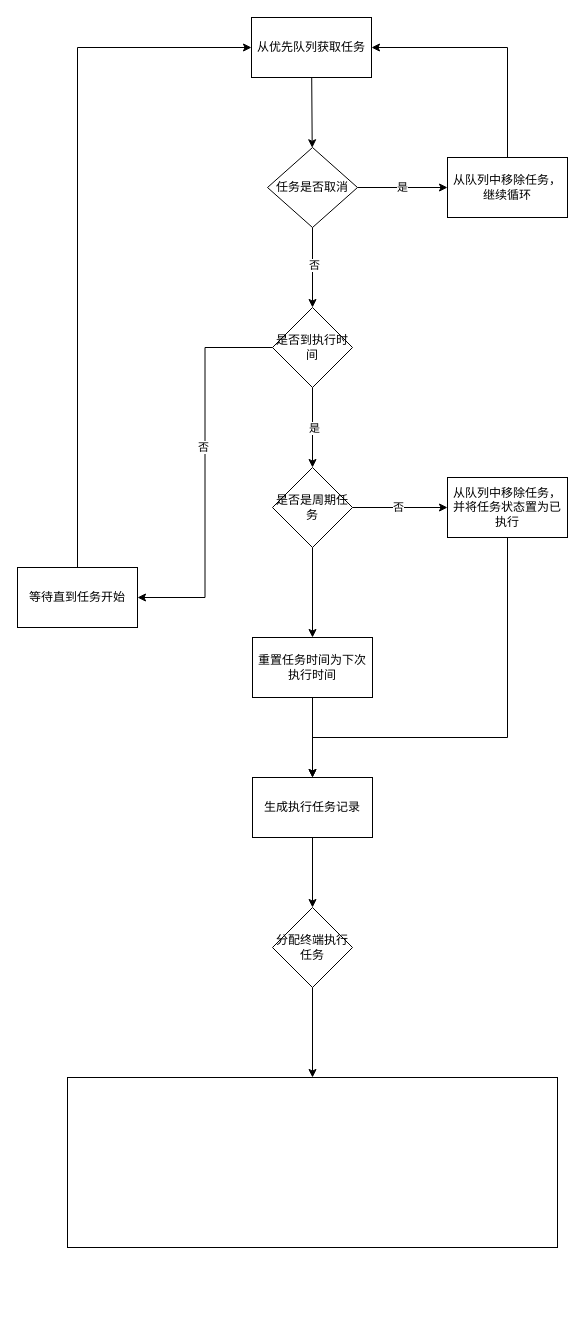
Above: 任务调度.drawio in wangyufei0807/draw (draw.io), before the change. Source tidied: cells renumbered, new cells numbered last; positions are measured from the earlier drawing's top-left corner, leaving out a move shared by most shapes. Both pictures are drawn from the tidied source at 100%, with x=0, y=0 at pixel (17, 17).
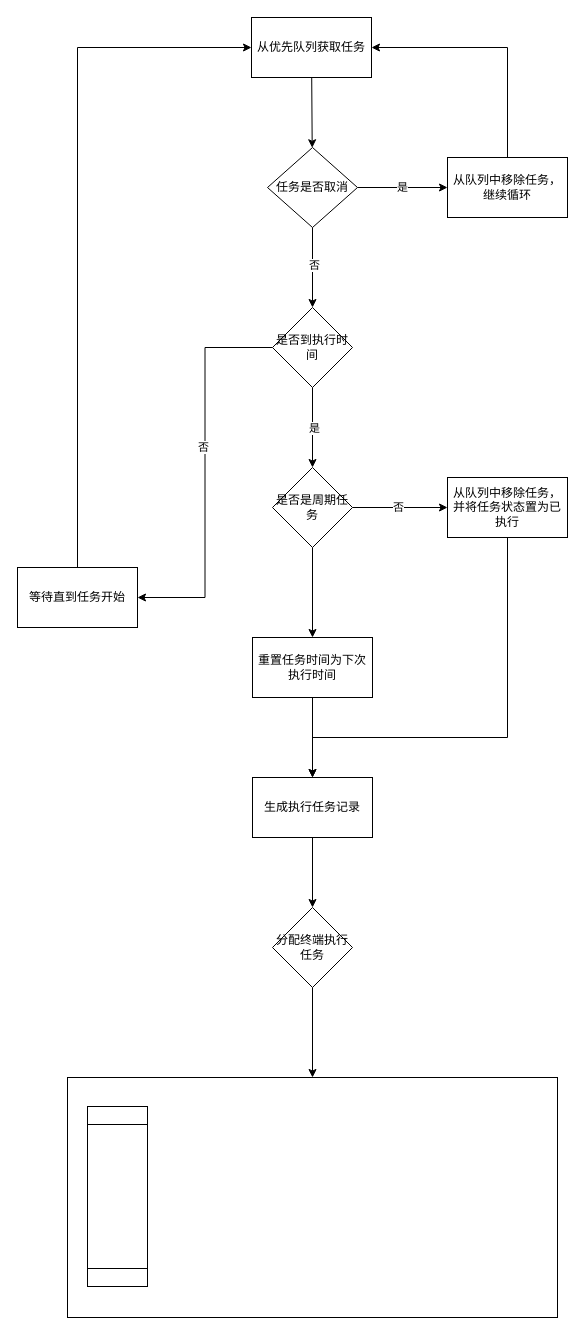
The same diagram, later.

Commit message (it also covers changes not shown here):
更新任务调度.drawio

Change to the diagram source:
```diff
@@
     <mxCell id="29" style="whiteSpace=wrap;html=1;rounded=0;" parent="1" vertex="1">
-      <mxGeometry x="50" y="1060" width="490" height="170" as="geometry" />
+      <mxGeometry x="50" y="1060" width="490" height="240" as="geometry" />
     </mxCell>
+    <mxCell id="30" style="shape=process;whiteSpace=wrap;html=1;backgroundOutline=1;rotation=90;" parent="1" vertex="1">
+      <mxGeometry x="10" y="1149" width="180" height="60" as="geometry" />
+    </mxCell>
```
